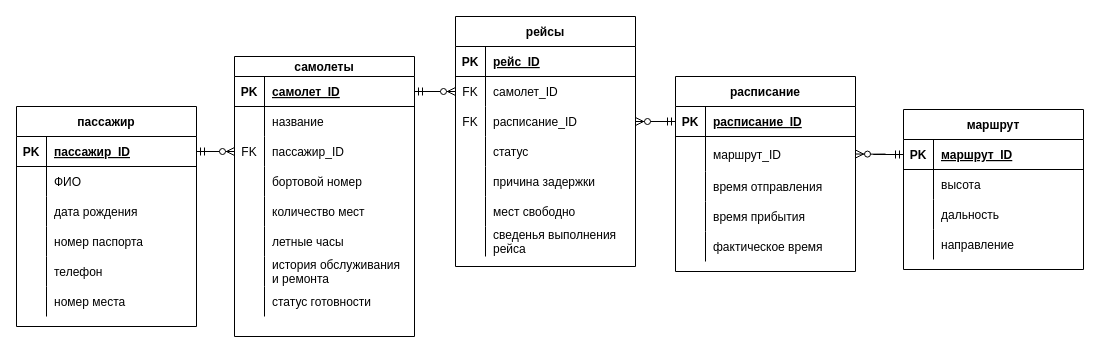
Before: ERRR.drawio in 1DeMeNToR1/RocketModUpdater_32, a draw.io diagram. Source tidied: cells renumbered, new cells numbered last; positions are measured from the earlier drawing's top-left corner, leaving out a move shared by most shapes. Both pictures are drawn from the tidied source at 100%, with x=0, y=0 at pixel (16, 16).
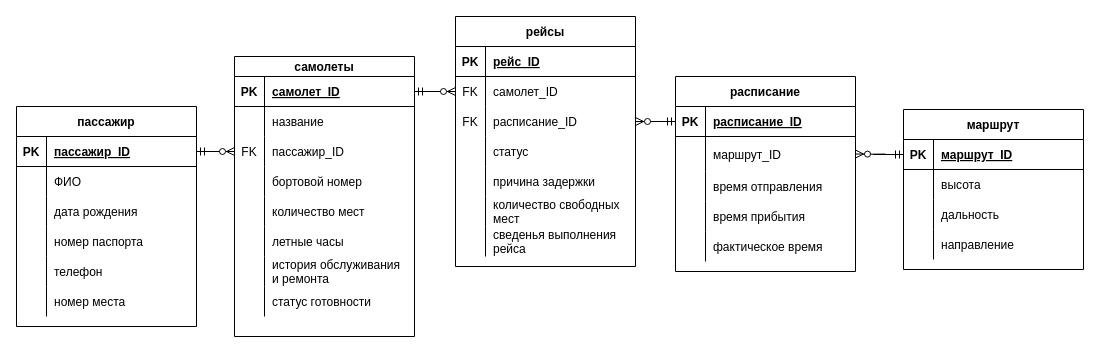
The same page after the edit.

Unchanged cells that the change refers to:
```xml
<mxCell id="78" style="shape=tableRow;horizontal=0;startSize=0;swimlaneHead=0;swimlaneBody=0;fillColor=none;top=0;left=0;right=0;bottom=0;" parent="62" vertex="1">
  <mxGeometry y="180" width="180" height="30" as="geometry" />
</mxCell>
```

Change to the diagram source:
```diff
@@
-    <mxCell id="80" value="мест свободно" style="shape=partialRectangle;fillColor=none;top=0;left=0;bottom=0;right=0;align=left;spacingLeft=6;overflow=hidden;" parent="78" vertex="1">
+    <mxCell id="80" value="количество свободных&#10;мест" style="shape=partialRectangle;fillColor=none;top=0;left=0;bottom=0;right=0;align=left;spacingLeft=6;overflow=hidden;" parent="78" vertex="1">
       <mxGeometry x="30" width="150" height="30" as="geometry" />
     </mxCell>
```
